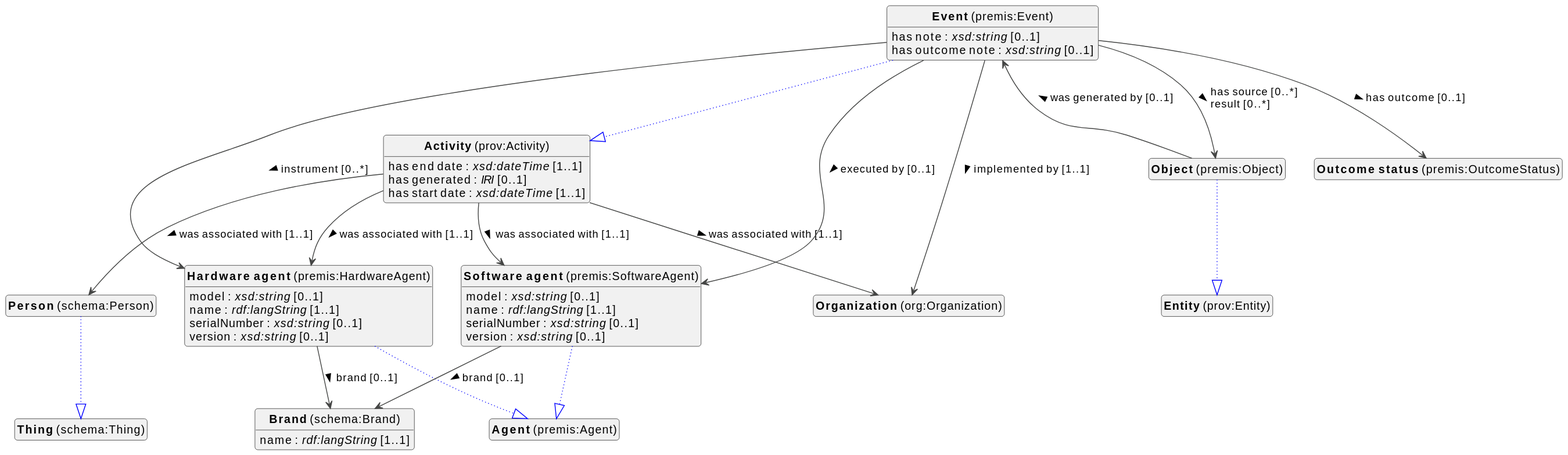
Above: docs/metadata/knowledge-graph/1.0.0/events/en/events-diagram.svg in viaacode/documentation (PlantUML), before the change. Source of this version:
```plantuml
@startuml
!theme vibrant
skinparam classFontSize 14
!define LIGHTORANGE
skinparam componentStyle uml2
skinparam wrapMessageWidth 1000
skinparam wrapWidth 1000
skinparam shadowing false
skinparam ArrowMessageAlignment left
top to bottom direction


class "<b>Brand</b> (schema:Brand)" as schema_Brand [[#schema%3ABrand]]
class "<b>Activity</b> (prov:Activity)" as prov_Activity [[#prov%3AActivity]]
class "<b>Event</b> (premis:Event)" as premis_Event [[#premis%3AEvent]]
class "<b>Activity</b> (prov:Activity)" as prov_Activity [[#prov%3AActivity]]
class "<b>Hardware agent</b> (premis:HardwareAgent)" as premis_HardwareAgent [[#premis%3AHardwareAgent]]
class "<b>Agent</b> (premis:Agent)" as premis_Agent [[#premis%3AAgent]]
class "<b>Object</b> (premis:Object)" as premis_Object [[#premis%3AObject]]
class "<b>Entity</b> (prov:Entity)" as prov_Entity [[#prov%3AEntity]]
class "<b>Organization</b> (org:Organization)" as org_Organization [[../../organizations/en#org%3AOrganization]]
class "<b>Outcome status</b> (premis:OutcomeStatus)" as premis_OutcomeStatus [[#premis%3AOutcomeStatus]]
class "<b>Person</b> (schema:Person)" as schema_Person [[../../organizations/en#schema%3APerson]]
class "<b>Thing</b> (schema:Thing)" as schema_Thing [[#schema%3AThing]]
class "<b>Software agent</b> (premis:SoftwareAgent)" as premis_SoftwareAgent [[#premis%3ASoftwareAgent]]
class "<b>Agent</b> (premis:Agent)" as premis_Agent [[#premis%3AAgent]]


schema_Brand : name : <i>rdf:langString</i> [1..1]



prov_Activity : has end date : <i>xsd:dateTime</i> [1..1]
prov_Activity : has generated : <i>IRI</i> [0..1]
prov_Activity : has start date : <i>xsd:dateTime</i> [1..1]

prov_Activity --> org_Organization :was associated with [1..1]  >
prov_Activity --> premis_HardwareAgent :was associated with [1..1]  >
prov_Activity --> premis_SoftwareAgent :was associated with [1..1]  >
prov_Activity --> schema_Person :was associated with [1..1]  >


premis_Event --|> prov_Activity #blue;line.dotted;text:blue

premis_Event : has note : <i>xsd:string</i> [0..1]
premis_Event : has outcome note : <i>xsd:string</i> [0..1]
premis_Event --> org_Organization :implemented by [1..1]  >
premis_Event --> premis_HardwareAgent :instrument [0..*]  >
premis_Event --> premis_Object :has source [0..*]  \lresult [0..*]  >
premis_Event --> premis_OutcomeStatus :has outcome [0..1]  >
premis_Event --> premis_SoftwareAgent :executed by [0..1]  >


premis_HardwareAgent --|> premis_Agent #blue;line.dotted;text:blue

premis_HardwareAgent : model : <i>xsd:string</i> [0..1]
premis_HardwareAgent : name : <i>rdf:langString</i> [1..1]
premis_HardwareAgent : serialNumber : <i>xsd:string</i> [0..1]
premis_HardwareAgent : version : <i>xsd:string</i> [0..1]

premis_HardwareAgent --> schema_Brand :brand [0..1]  >


premis_Object --|> prov_Entity #blue;line.dotted;text:blue

premis_Object --> premis_Event :was generated by [0..1]  >





schema_Person --|> schema_Thing #blue;line.dotted;text:blue


premis_SoftwareAgent --|> premis_Agent #blue;line.dotted;text:blue

premis_SoftwareAgent : model : <i>xsd:string</i> [0..1]
premis_SoftwareAgent : name : <i>rdf:langString</i> [1..1]
premis_SoftwareAgent : serialNumber : <i>xsd:string</i> [0..1]
premis_SoftwareAgent : version : <i>xsd:string</i> [0..1]

premis_SoftwareAgent --> schema_Brand :brand [0..1]  >



hide circle
hide methods
hide empty members
@enduml
```
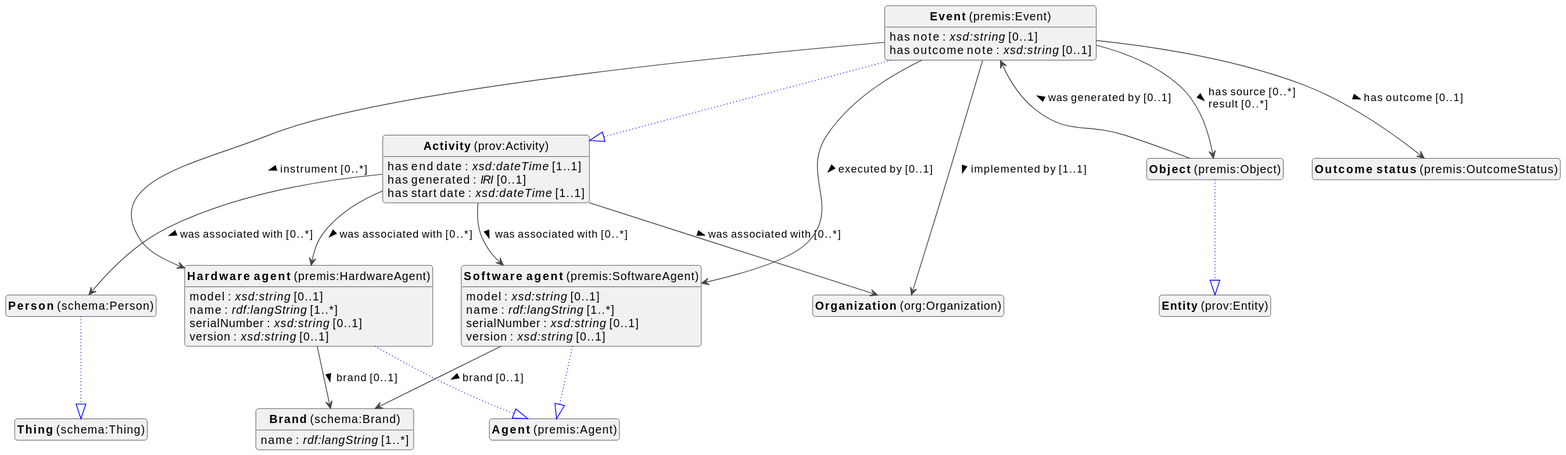
Later version of the same file.

Change to the diagram source:
```diff
@@ -26,7 +26,7 @@
 class "<b>Agent</b> (premis:Agent)" as premis_Agent [[#premis%3AAgent]]
 
 
-schema_Brand : name : <i>rdf:langString</i> [1..1]
+schema_Brand : name : <i>rdf:langString</i> [1..*]
 
 
 
@@ -34,10 +34,10 @@
 prov_Activity : has generated : <i>IRI</i> [0..1]
 prov_Activity : has start date : <i>xsd:dateTime</i> [1..1]
 
-prov_Activity --> org_Organization :was associated with [1..1]  >
-prov_Activity --> premis_HardwareAgent :was associated with [1..1]  >
-prov_Activity --> premis_SoftwareAgent :was associated with [1..1]  >
-prov_Activity --> schema_Person :was associated with [1..1]  >
+prov_Activity --> org_Organization :was associated with [0..*]  >
+prov_Activity --> premis_HardwareAgent :was associated with [0..*]  >
+prov_Activity --> premis_SoftwareAgent :was associated with [0..*]  >
+prov_Activity --> schema_Person :was associated with [0..*]  >
 
 
 premis_Event --|> prov_Activity #blue;line.dotted;text:blue
@@ -54,7 +54,7 @@
 premis_HardwareAgent --|> premis_Agent #blue;line.dotted;text:blue
 
 premis_HardwareAgent : model : <i>xsd:string</i> [0..1]
-premis_HardwareAgent : name : <i>rdf:langString</i> [1..1]
+premis_HardwareAgent : name : <i>rdf:langString</i> [1..*]
 premis_HardwareAgent : serialNumber : <i>xsd:string</i> [0..1]
 premis_HardwareAgent : version : <i>xsd:string</i> [0..1]
 
@@ -75,7 +75,7 @@
 premis_SoftwareAgent --|> premis_Agent #blue;line.dotted;text:blue
 
 premis_SoftwareAgent : model : <i>xsd:string</i> [0..1]
-premis_SoftwareAgent : name : <i>rdf:langString</i> [1..1]
+premis_SoftwareAgent : name : <i>rdf:langString</i> [1..*]
 premis_SoftwareAgent : serialNumber : <i>xsd:string</i> [0..1]
 premis_SoftwareAgent : version : <i>xsd:string</i> [0..1]
 
```
